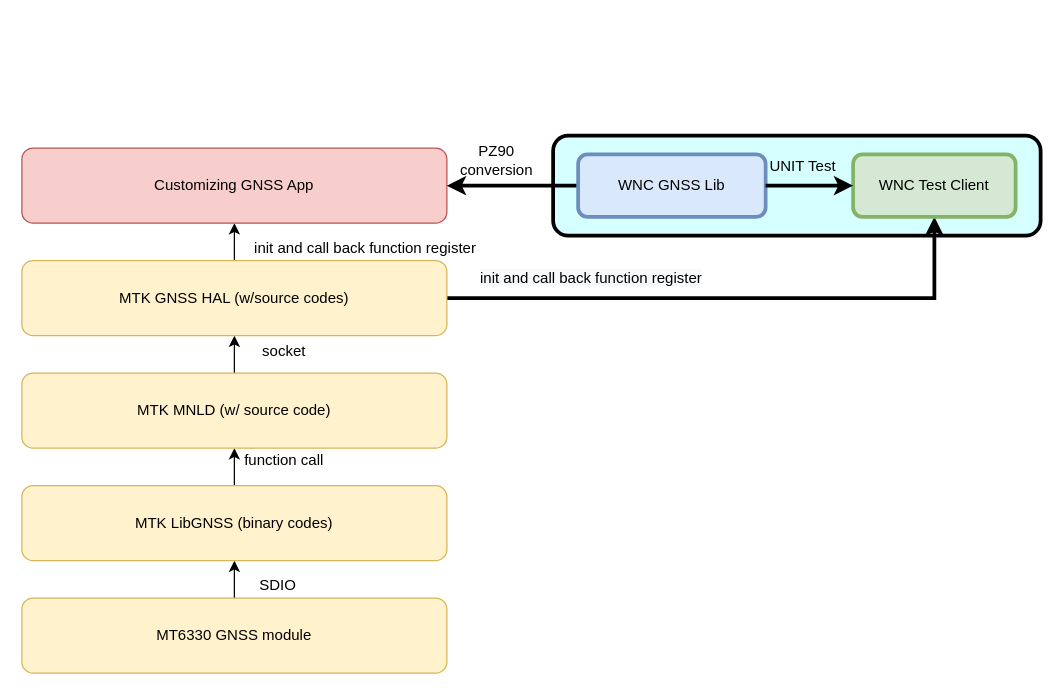
The draw.io diagram mtk_gnss.drawio in jiajiuan/linux_apps, before the edit. Source tidied: cells renumbered, new cells numbered last; positions are measured from the earlier drawing's top-left corner, leaving out a move shared by most shapes. Both pictures are drawn from the tidied source at 125%, with x=0, y=0 at pixel (21, 135).
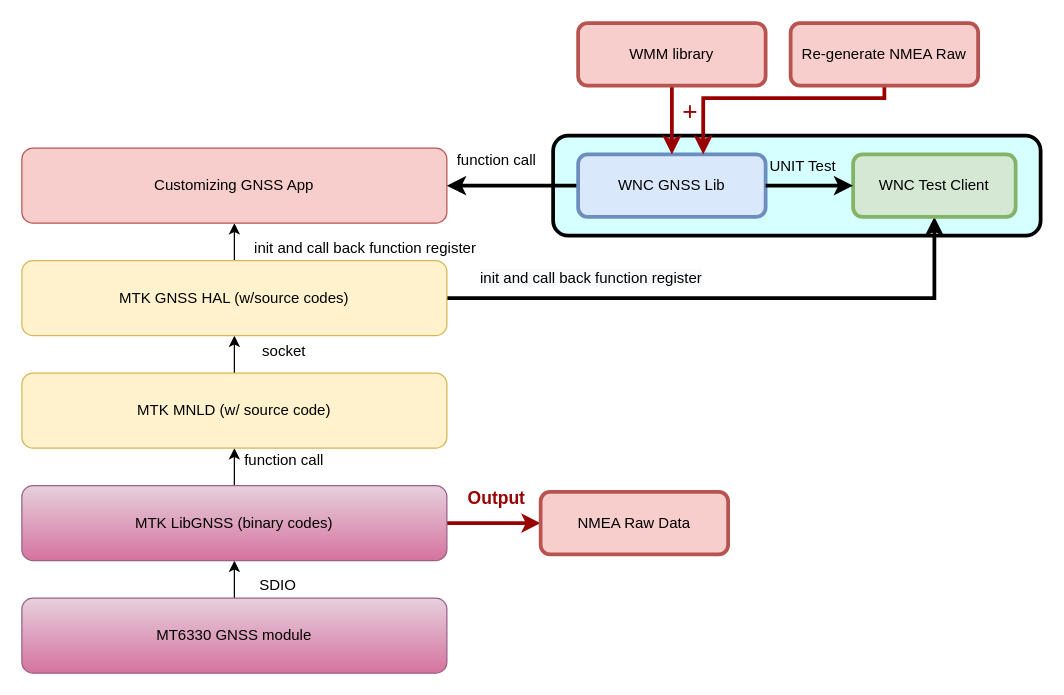
After the change.

The change refers to these unchanged cells:
```xml
<mxCell id="21" value="WNC GNSS Lib" style="rounded=1;whiteSpace=wrap;html=1;strokeWidth=3;fillColor=#dae8fc;strokeColor=#6c8ebf;" parent="1" vertex="1">
  <mxGeometry x="445" y="15" width="150" height="50" as="geometry" />
</mxCell>
```

What changed in the source:
```diff
@@
-    <mxCell id="4" value="MT6330 GNSS module" style="rounded=1;whiteSpace=wrap;html=1;fillColor=#fff2cc;strokeColor=#d6b656;" parent="1" vertex="1">
+    <mxCell id="4" value="MT6330 GNSS module" style="rounded=1;whiteSpace=wrap;html=1;fillColor=#e6d0de;strokeColor=#996185;gradientColor=#d5739d;" parent="1" vertex="1">
       <mxGeometry y="370" width="340" height="60" as="geometry" />
     </mxCell>
@@
+    <mxCell id="24" style="edgeStyle=orthogonalEdgeStyle;rounded=0;jettySize=auto;html=1;strokeColor=#990000;strokeWidth=3;" parent="1" edge="1" source="6" target="28">
+      <mxGeometry relative="1" as="geometry" />
+    </mxCell>
-    <mxCell id="6" value="MTK LibGNSS (binary codes)" style="rounded=1;whiteSpace=wrap;html=1;fillColor=#fff2cc;strokeColor=#d6b656;" parent="1" vertex="1">
+    <mxCell id="6" value="MTK LibGNSS (binary codes)" style="rounded=1;whiteSpace=wrap;html=1;fillColor=#e6d0de;strokeColor=#996185;gradientColor=#d5739d;" parent="1" vertex="1">
       <mxGeometry y="280" width="340" height="60" as="geometry" />
     </mxCell>
@@
-    <mxCell id="19" value="PZ90 conversion" style="text;html=1;strokeColor=none;fillColor=none;align=center;verticalAlign=middle;whiteSpace=wrap;rounded=0;" parent="1" vertex="1">
+    <mxCell id="19" value="function call" style="text;html=1;strokeColor=none;fillColor=none;align=center;verticalAlign=middle;whiteSpace=wrap;rounded=0;" parent="1" vertex="1">
       <mxGeometry x="340" y="10" width="80" height="20" as="geometry" />
     </mxCell>
@@
+    <mxCell id="25" style="edgeStyle=orthogonalEdgeStyle;rounded=0;jettySize=auto;html=1;strokeColor=#990000;strokeWidth=3;" parent="1" edge="1" source="26" target="21">
+      <mxGeometry relative="1" as="geometry" />
+    </mxCell>
+    <mxCell id="26" value="WMM library" style="rounded=1;whiteSpace=wrap;html=1;strokeWidth=3;fillColor=#f8cecc;strokeColor=#b85450;" parent="1" vertex="1">
+      <mxGeometry x="445" y="-90" width="150" height="50" as="geometry" />
+    </mxCell>
+    <mxCell id="27" value="&lt;font style=&quot;font-size: 21px&quot; color=&quot;#990000&quot;&gt;+&lt;/font&gt;" style="text;html=1;strokeColor=none;fillColor=none;align=center;verticalAlign=middle;whiteSpace=wrap;rounded=0;" parent="1" vertex="1">
+      <mxGeometry x="495" y="-30" width="80" height="20" as="geometry" />
+    </mxCell>
+    <mxCell id="28" value="NMEA Raw Data" style="rounded=1;whiteSpace=wrap;html=1;strokeWidth=3;fillColor=#f8cecc;strokeColor=#b85450;" parent="1" vertex="1">
+      <mxGeometry x="415" y="285" width="150" height="50" as="geometry" />
+    </mxCell>
+    <mxCell id="29" value="&lt;font style=&quot;font-size: 14px&quot; color=&quot;#990000&quot;&gt;&lt;b&gt;Output&lt;/b&gt;&lt;/font&gt;" style="text;html=1;strokeColor=none;fillColor=none;align=center;verticalAlign=middle;whiteSpace=wrap;rounded=0;" parent="1" vertex="1">
+      <mxGeometry x="340" y="280" width="80" height="20" as="geometry" />
+    </mxCell>
+    <mxCell id="30" style="edgeStyle=orthogonalEdgeStyle;rounded=0;jettySize=auto;html=1;strokeColor=#990000;strokeWidth=3;entryX=0.667;entryY=0;entryDx=0;entryDy=0;entryPerimeter=0;" parent="1" edge="1" source="31" target="21">
+      <mxGeometry relative="1" as="geometry">
+        <Array as="points">
+          <mxPoint x="690" y="-30" />
+          <mxPoint x="545" y="-30" />
+        </Array>
+      </mxGeometry>
+    </mxCell>
+    <mxCell id="31" value="Re-generate NMEA Raw" style="rounded=1;whiteSpace=wrap;html=1;strokeWidth=3;fillColor=#f8cecc;strokeColor=#b85450;" parent="1" vertex="1">
+      <mxGeometry x="615" y="-90" width="150" height="50" as="geometry" />
+    </mxCell>
```
